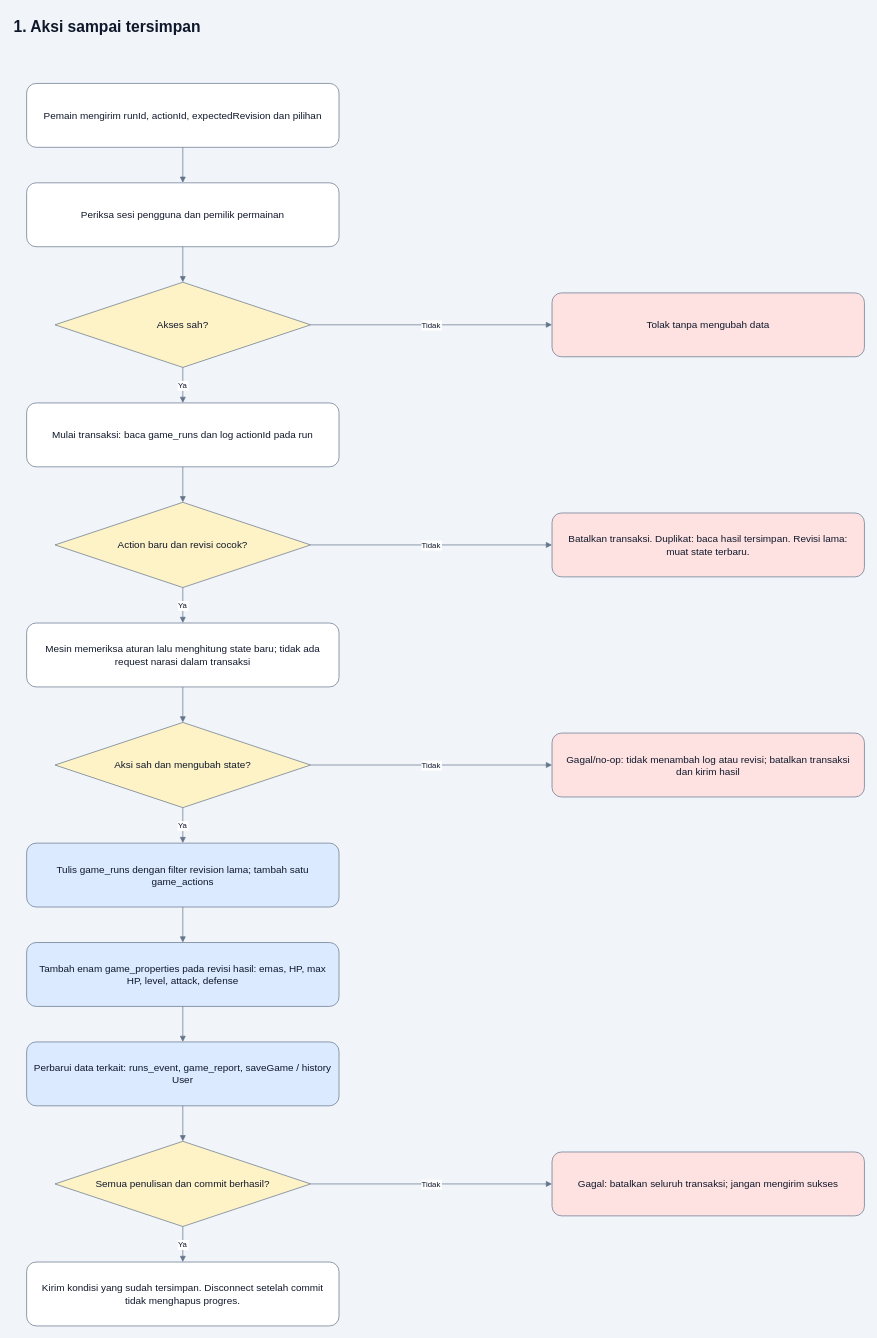
The draw.io diagram page "1. Aksi sampai tersimpan" (1 of 6) of docs/database/database_flow.drawio in Three-Musketeers-Hacktiv/Final-Project, before the edit. Source tidied: cells renumbered, new cells numbered last; positions are measured from the earlier drawing's top-left corner, leaving out a move shared by most shapes. Both pictures are drawn from the tidied source at 71%, with x=0, y=0 at pixel (12, 12).
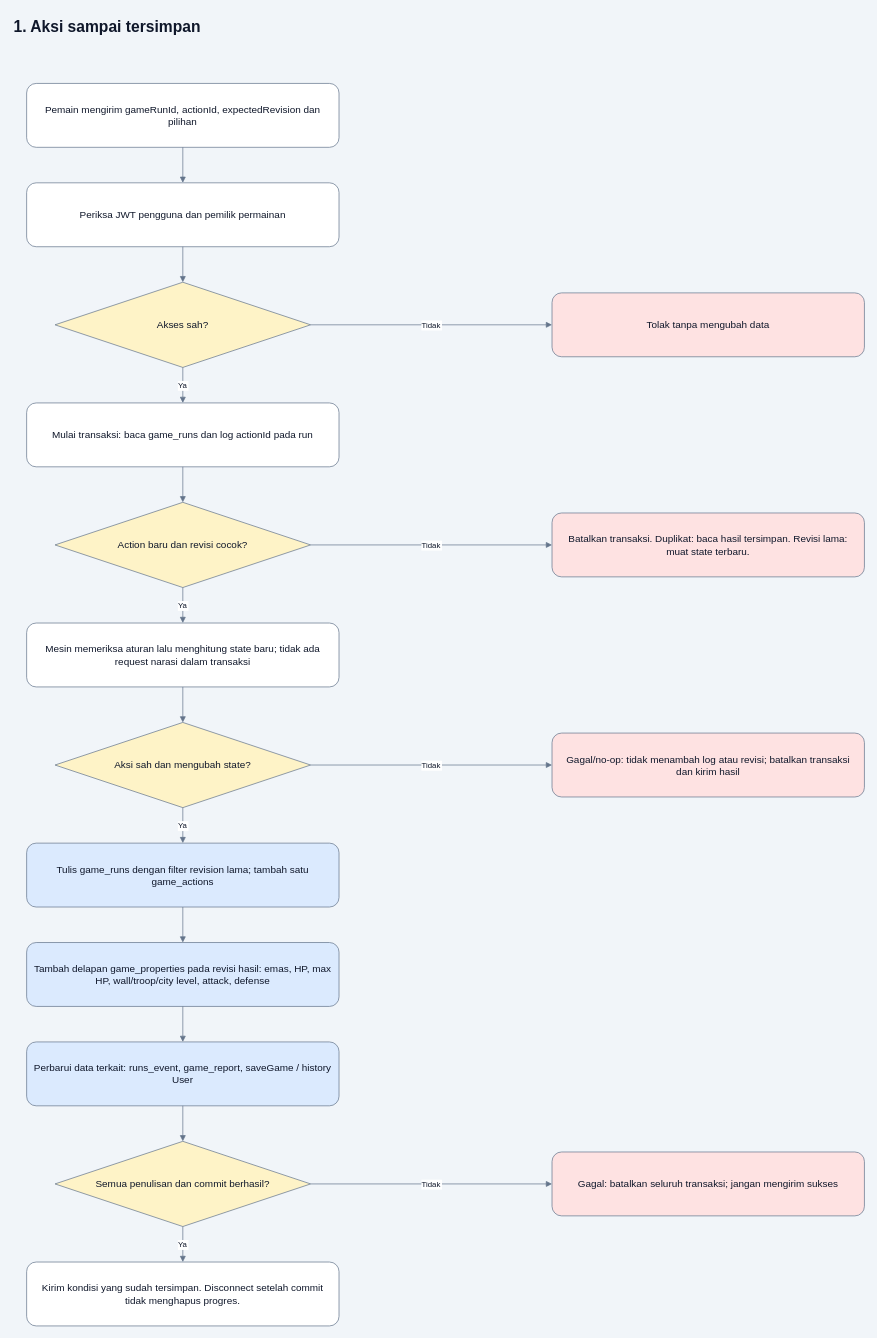
Above is the later version.

Commit message (it also covers changes not shown here):
feat(docs): update database documentation and schema for Fantasy City Defense

Change to the diagram source:
```diff
@@
-    <mxCell id="3" value="Pemain mengirim runId, actionId, expectedRevision dan pilihan" style="rounded=1;whiteSpace=wrap;html=0;fillColor=#ffffff;strokeColor=#64748b;fontColor=#0f172a;fontSize=14;spacing=10;" parent="1" vertex="1">
+    <mxCell id="3" value="Pemain mengirim gameRunId, actionId, expectedRevision dan pilihan" style="rounded=1;whiteSpace=wrap;html=0;fillColor=#ffffff;strokeColor=#64748b;fontColor=#0f172a;fontSize=14;spacing=10;" parent="1" vertex="1">
       <mxGeometry x="20" y="100" width="440" height="90" as="geometry" />
     </mxCell>
-    <mxCell id="4" value="Periksa sesi pengguna dan pemilik permainan" style="rounded=1;whiteSpace=wrap;html=0;fillColor=#ffffff;strokeColor=#64748b;fontColor=#0f172a;fontSize=14;spacing=10;" parent="1" vertex="1">
+    <mxCell id="4" value="Periksa JWT pengguna dan pemilik permainan" style="rounded=1;whiteSpace=wrap;html=0;fillColor=#ffffff;strokeColor=#64748b;fontColor=#0f172a;fontSize=14;spacing=10;" parent="1" vertex="1">
       <mxGeometry x="20" y="240" width="440" height="90" as="geometry" />
     </mxCell>
@@
-    <mxCell id="14" value="Tambah enam game_properties pada revisi hasil: emas, HP, max HP, level, attack, defense" style="rounded=1;whiteSpace=wrap;html=0;fillColor=#dbeafe;strokeColor=#64748b;fontColor=#0f172a;fontSize=14;spacing=10;" parent="1" vertex="1">
+    <mxCell id="14" value="Tambah delapan game_properties pada revisi hasil: emas, HP, max HP, wall/troop/city level, attack, defense" style="rounded=1;whiteSpace=wrap;html=0;fillColor=#dbeafe;strokeColor=#64748b;fontColor=#0f172a;fontSize=14;spacing=10;" parent="1" vertex="1">
       <mxGeometry x="20" y="1310" width="440" height="90" as="geometry" />
     </mxCell>
```
